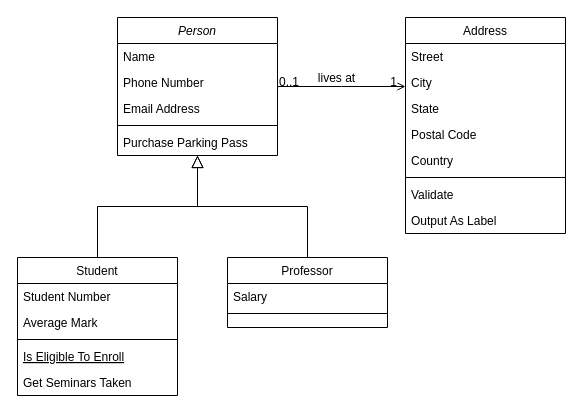
Exouxas/FosterScript.Core keeps this draw.io diagram as ClassDiagram.drawio. Above is the earlier version. Source tidied: cells renumbered, new cells numbered last; positions are measured from the earlier drawing's top-left corner, leaving out a move shared by most shapes. Both pictures are drawn from the tidied source at 100%, with x=0, y=0 at pixel (17, 17).
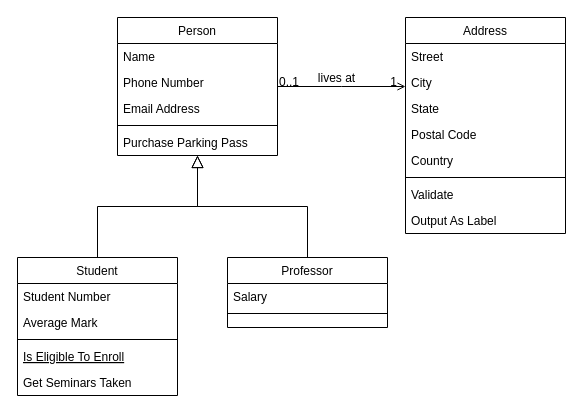
Above is the later version.

Change to the diagram source:
```diff
@@
-    <mxCell id="2" value="Person" style="swimlane;fontStyle=2;align=center;verticalAlign=top;horizontal=1;startSize=26;rounded=0;shadow=0;strokeWidth=1;" parent="1" vertex="1">
+    <mxCell id="2" value="Person" style="swimlane;fontStyle=0;align=center;verticalAlign=top;horizontal=1;startSize=26;rounded=0;shadow=0;strokeWidth=1;" parent="1" vertex="1">
       <mxGeometry x="100" width="160" height="138" as="geometry" />
     </mxCell>
```
